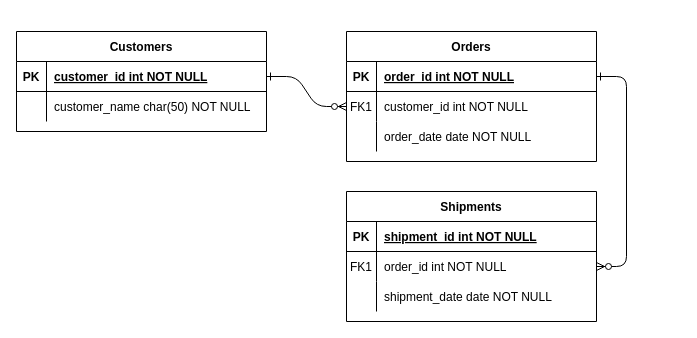
Before: 未命名绘图.drawio in Cricle7/Network, a draw.io diagram. Source tidied: cells renumbered, new cells numbered last; positions are measured from the earlier drawing's top-left corner, leaving out a move shared by most shapes. Both pictures are drawn from the tidied source at 100%, with x=0, y=0 at pixel (16, 31).
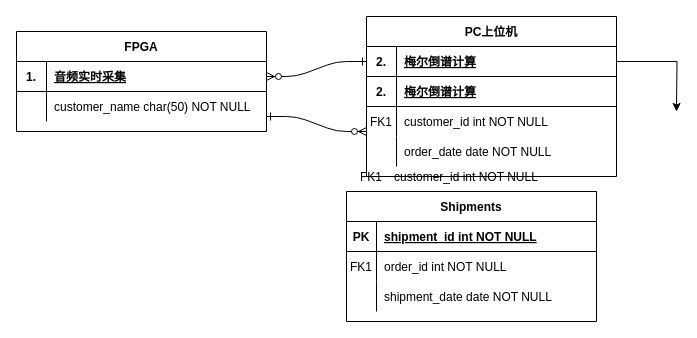
Above is the later version.

The change refers to these unchanged cells:
```xml
<mxCell id="5" style="shape=partialRectangle;fillColor=none;points=[[0,0.5],[1,0.5]];portConstraint=eastwest;top=0;left=0;right=0;bottom=1;" parent="4" vertex="1">
  <mxGeometry y="30" width="250" height="30" as="geometry" />
</mxCell>
<mxCell id="18" style="shape=partialRectangle;fillColor=none;points=[[0,0.5],[1,0.5]];portConstraint=eastwest;top=0;left=0;right=0;bottom=0;" parent="14" vertex="1">
  <mxGeometry y="60" width="250" height="30" as="geometry" />
</mxCell>
<mxCell id="25" style="shape=partialRectangle;fillColor=none;points=[[0,0.5],[1,0.5]];portConstraint=eastwest;top=0;left=0;right=0;bottom=1;" parent="24" vertex="1">
  <mxGeometry y="30" width="250" height="30" as="geometry" />
</mxCell>
```

Diff of the diagram source:
```diff
@@
-    <mxCell id="2" style="edgeStyle=entityRelationEdgeStyle;endArrow=ERzeroToMany;startArrow=ERone;endFill=1;startFill=0;" parent="1" edge="1" source="25" target="8">
-      <mxGeometry relative="1" as="geometry" />
+    <mxCell id="2" style="edgeStyle=entityRelationEdgeStyle;endArrow=ERzeroToMany;startArrow=ERone;endFill=1;startFill=0;" parent="1" edge="1">
+      <mxGeometry relative="1" as="geometry">
+        <mxPoint x="250" y="85" as="sourcePoint" />
+        <mxPoint x="350" y="100" as="targetPoint" />
+      </mxGeometry>
     </mxCell>
-    <mxCell id="3" style="edgeStyle=entityRelationEdgeStyle;endArrow=ERzeroToMany;startArrow=ERone;endFill=1;startFill=0;" parent="1" edge="1" source="5" target="18">
+    <mxCell id="3" style="edgeStyle=entityRelationEdgeStyle;endArrow=ERzeroToMany;startArrow=ERone;endFill=1;startFill=0;exitX=0;exitY=0.5;exitDx=0;exitDy=0;" parent="1" edge="1" source="5" target="25">
       <mxGeometry relative="1" as="geometry" />
     </mxCell>
+    <mxCell id="31" style="edgeStyle=orthogonalEdgeStyle;rounded=0;jettySize=auto;html=1;exitX=1;exitY=0.5;exitDx=0;exitDy=0;" parent="1" edge="1" source="5">
+      <mxGeometry relative="1" as="geometry">
+        <mxPoint x="660" y="80" as="targetPoint" />
+      </mxGeometry>
+    </mxCell>
-    <mxCell id="4" value="Orders" style="shape=table;startSize=30;childLayout=tableLayout;rowLines=0;fontStyle=1;align=center;" parent="1" vertex="1">
-      <mxGeometry x="330" width="250" height="130" as="geometry" />
+    <mxCell id="4" value="PC上位机" style="shape=table;startSize=30;childLayout=tableLayout;rowLines=0;fontStyle=1;align=center;" parent="1" vertex="1">
+      <mxGeometry x="350" y="-15" width="250" height="160" as="geometry" />
     </mxCell>
@@
-    <mxCell id="6" value="PK" style="shape=partialRectangle;overflow=hidden;fillColor=none;top=0;left=0;bottom=0;right=0;fontStyle=1;" parent="5" vertex="1">
+    <mxCell id="6" value="2." style="shape=partialRectangle;overflow=hidden;fillColor=none;top=0;left=0;bottom=0;right=0;fontStyle=1;" parent="5" vertex="1">
       <mxGeometry width="30" height="30" as="geometry" />
     </mxCell>
-    <mxCell id="7" value="order_id int NOT NULL " style="shape=partialRectangle;overflow=hidden;fillColor=none;top=0;left=0;bottom=0;right=0;align=left;spacingLeft=6;fontStyle=5;" parent="5" vertex="1">
+    <mxCell id="7" value="梅尔倒谱计算" style="shape=partialRectangle;overflow=hidden;fillColor=none;top=0;left=0;bottom=0;right=0;align=left;spacingLeft=6;fontStyle=5;" parent="5" vertex="1">
       <mxGeometry x="30" width="220" height="30" as="geometry" />
     </mxCell>
+    <mxCell id="32" style="shape=partialRectangle;fillColor=none;top=0;left=0;right=0;bottom=1;" parent="4" vertex="1">
+      <mxGeometry y="60" width="250" height="30" as="geometry" />
+    </mxCell>
+    <mxCell id="33" value="2." style="shape=partialRectangle;overflow=hidden;fillColor=none;top=0;left=0;bottom=0;right=0;fontStyle=1;" parent="32" vertex="1">
+      <mxGeometry width="30" height="30" as="geometry" />
+    </mxCell>
+    <mxCell id="34" value="梅尔倒谱计算" style="shape=partialRectangle;overflow=hidden;fillColor=none;top=0;left=0;bottom=0;right=0;align=left;spacingLeft=6;fontStyle=5;" parent="32" vertex="1">
+      <mxGeometry x="30" width="220" height="30" as="geometry" />
+    </mxCell>
     <mxCell id="8" style="shape=partialRectangle;fillColor=none;points=[[0,0.5],[1,0.5]];portConstraint=eastwest;top=0;left=0;right=0;bottom=0;" parent="4" vertex="1">
-      <mxGeometry y="60" width="250" height="30" as="geometry" />
+      <mxGeometry y="90" width="250" height="30" as="geometry" />
     </mxCell>
@@
     <mxCell id="11" style="shape=partialRectangle;fillColor=none;top=0;left=0;right=0;bottom=0;" parent="4" vertex="1">
-      <mxGeometry y="90" width="250" height="30" as="geometry" />
+      <mxGeometry y="120" width="250" height="30" as="geometry" />
     </mxCell>
@@
-    <mxCell id="24" value="Customers" style="shape=table;startSize=30;childLayout=tableLayout;rowLines=0;fontStyle=1;align=center;" parent="1" vertex="1">
+    <mxCell id="24" value="FPGA" style="shape=table;startSize=30;childLayout=tableLayout;rowLines=0;fontStyle=1;align=center;" parent="1" vertex="1">
       <mxGeometry width="250" height="100" as="geometry" />
     </mxCell>
@@
-    <mxCell id="26" value="PK" style="shape=partialRectangle;overflow=hidden;fillColor=none;top=0;left=0;bottom=0;right=0;fontStyle=1;" parent="25" vertex="1">
+    <mxCell id="26" value="1." style="shape=partialRectangle;overflow=hidden;fillColor=none;top=0;left=0;bottom=0;right=0;fontStyle=1;" parent="25" vertex="1">
       <mxGeometry width="30" height="30" as="geometry" />
     </mxCell>
-    <mxCell id="27" value="customer_id int NOT NULL " style="shape=partialRectangle;overflow=hidden;fillColor=none;top=0;left=0;bottom=0;right=0;align=left;spacingLeft=6;fontStyle=5;" parent="25" vertex="1">
+    <mxCell id="27" value="音频实时采集" style="shape=partialRectangle;overflow=hidden;fillColor=none;top=0;left=0;bottom=0;right=0;align=left;spacingLeft=6;fontStyle=5;" parent="25" vertex="1">
       <mxGeometry x="30" width="220" height="30" as="geometry" />
     </mxCell>
@@
+    <mxCell id="35" style="shape=partialRectangle;fillColor=none;top=0;left=0;right=0;bottom=0;" parent="1" vertex="1">
+      <mxGeometry x="340" y="130" width="250" height="30" as="geometry" />
+    </mxCell>
+    <mxCell id="36" value="FK1" style="shape=partialRectangle;overflow=hidden;fillColor=none;top=0;left=0;bottom=0;right=0;" parent="35" vertex="1">
+      <mxGeometry width="30" height="30" as="geometry" />
+    </mxCell>
+    <mxCell id="37" value="customer_id int NOT NULL" style="shape=partialRectangle;overflow=hidden;fillColor=none;top=0;left=0;bottom=0;right=0;align=left;spacingLeft=6;" parent="35" vertex="1">
+      <mxGeometry x="30" width="220" height="30" as="geometry" />
+    </mxCell>
```
